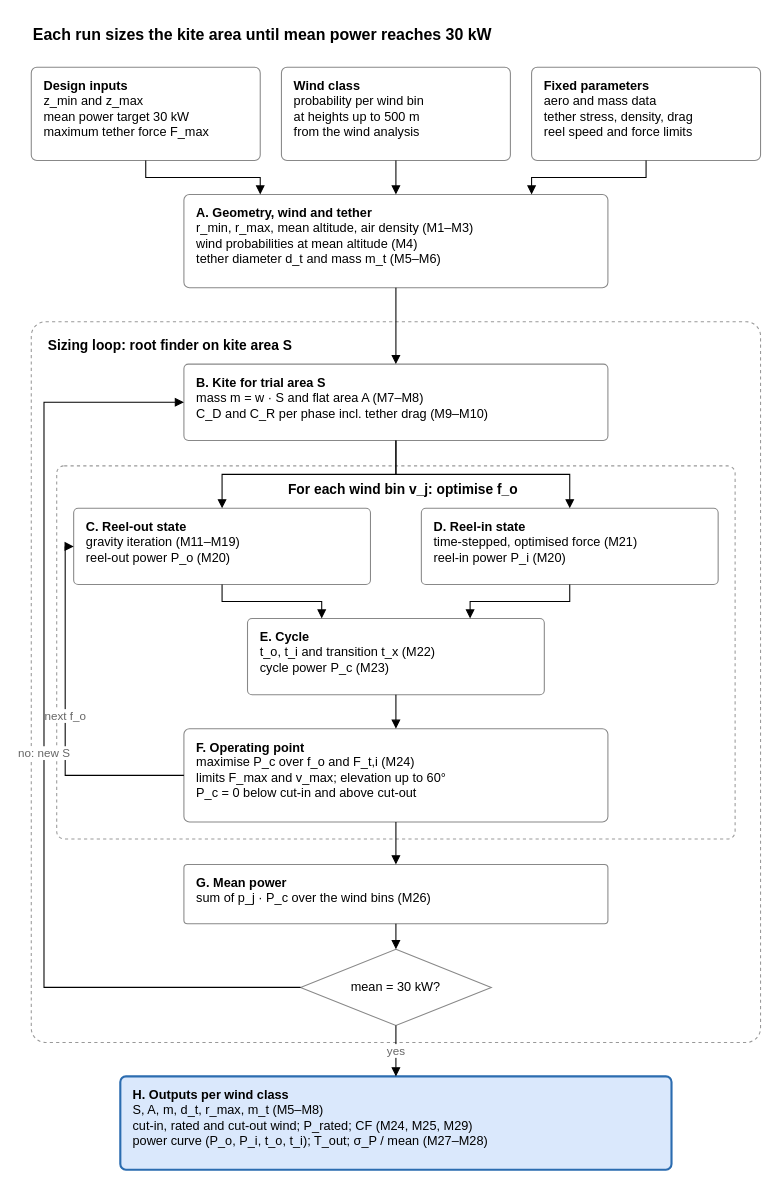
This is docs/kite_model_flowchart_overview.drawio from BenDerks/DSE-Project-Group-2-Wind-energy-harvester, a draw.io file, before an edit. Source tidied: cells renumbered, new cells numbered last; positions are measured from the earlier drawing's top-left corner, leaving out a move shared by most shapes. Both pictures are drawn from the tidied source at 106%, with x=0, y=0 at pixel (31, 18).
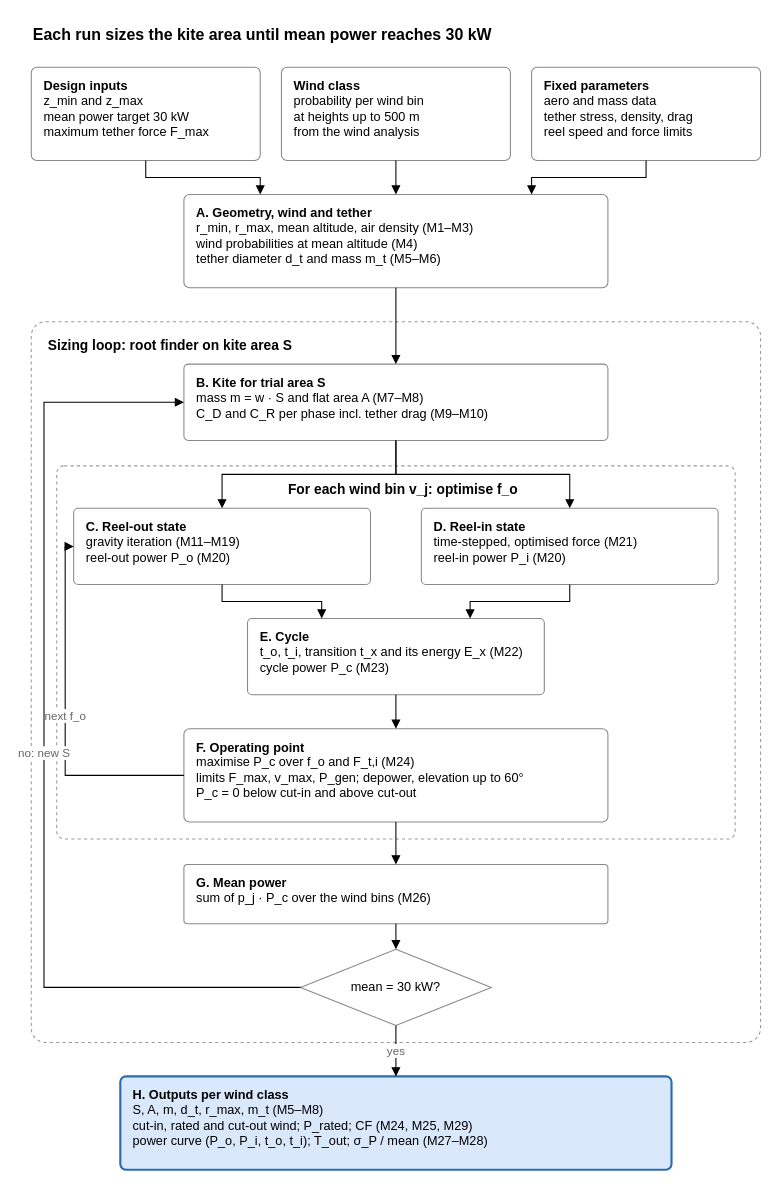
The same diagram, later.

What changed in the source:
```diff
@@
-    <mxCell id="12" value="&lt;b&gt;E. Cycle&lt;/b&gt;&lt;br&gt;t_o, t_i and transition t_x (M22)&lt;br&gt;cycle power P_c (M23)" style="rounded=1;arcSize=6;whiteSpace=wrap;html=1;align=left;verticalAlign=top;spacingLeft=10;spacingTop=4;fontSize=12;fillColor=none;strokeColor=#888888;" parent="1" vertex="1">
+    <mxCell id="12" value="&lt;b&gt;E. Cycle&lt;/b&gt;&lt;br&gt;t_o, t_i, transition t_x and its energy E_x (M22)&lt;br&gt;cycle power P_c (M23)" style="rounded=1;arcSize=6;whiteSpace=wrap;html=1;align=left;verticalAlign=top;spacingLeft=10;spacingTop=4;fontSize=12;fillColor=none;strokeColor=#888888;" parent="1" vertex="1">
       <mxGeometry x="204" y="566" width="280" height="72" as="geometry" />
     </mxCell>
-    <mxCell id="13" value="&lt;b&gt;F. Operating point&lt;/b&gt;&lt;br&gt;maximise P_c over f_o and F_t,i (M24)&lt;br&gt;limits F_max and v_max; elevation up to 60°&lt;br&gt;P_c = 0 below cut-in and above cut-out" style="rounded=1;arcSize=6;whiteSpace=wrap;html=1;align=left;verticalAlign=top;spacingLeft=10;spacingTop=4;fontSize=12;fillColor=none;strokeColor=#888888;" parent="1" vertex="1">
+    <mxCell id="13" value="&lt;b&gt;F. Operating point&lt;/b&gt;&lt;br&gt;maximise P_c over f_o and F_t,i (M24)&lt;br&gt;limits F_max, v_max, P_gen; depower, elevation up to 60°&lt;br&gt;P_c = 0 below cut-in and above cut-out" style="rounded=1;arcSize=6;whiteSpace=wrap;html=1;align=left;verticalAlign=top;spacingLeft=10;spacingTop=4;fontSize=12;fillColor=none;strokeColor=#888888;" parent="1" vertex="1">
       <mxGeometry x="144" y="670" width="400" height="88" as="geometry" />
     </mxCell>
```
